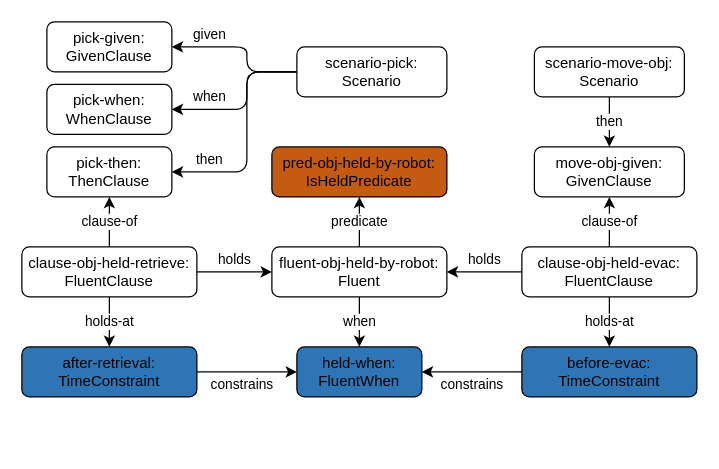
Earlier version of the draw.io diagram page "clause-2-scenario" (1 of 3) of bdd-example-avl.drawio (minhnh/drawio-diagrams). Source tidied: cells renumbered, new cells numbered last; positions are measured from the earlier drawing's top-left corner, leaving out a move shared by most shapes. Both pictures are drawn from the tidied source at 125%, with x=0, y=0 at pixel (21, 21).
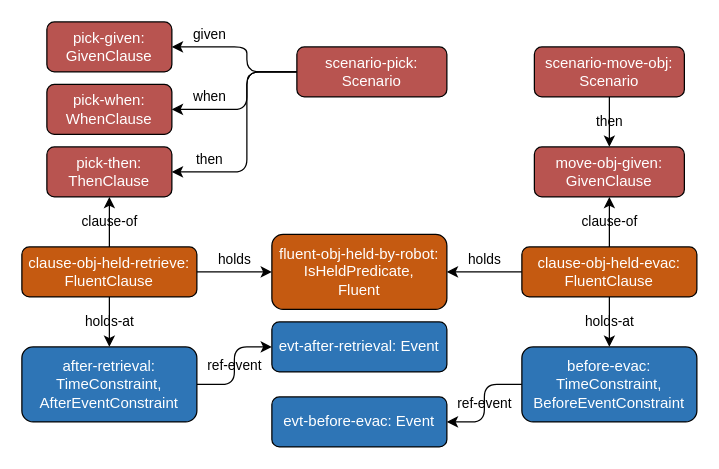
Above is the later version.

Diff of the diagram source:
```diff
@@
-    <mxCell id="2" value="predicate" style="edgeStyle=orthogonalEdgeStyle;shape=connector;rounded=1;jettySize=auto;html=1;labelBackgroundColor=default;strokeColor=default;align=center;verticalAlign=middle;fontFamily=Helvetica;fontSize=11;fontColor=default;endArrow=classic;" parent="1" edge="1" source="4" target="5">
-      <mxGeometry relative="1" as="geometry" />
-    </mxCell>
-    <mxCell id="3" value="when" style="edgeStyle=orthogonalEdgeStyle;shape=connector;rounded=1;jettySize=auto;html=1;labelBackgroundColor=default;strokeColor=default;align=center;verticalAlign=middle;fontFamily=Helvetica;fontSize=11;fontColor=default;endArrow=classic;" parent="1" edge="1" source="4" target="6">
-      <mxGeometry relative="1" as="geometry" />
-    </mxCell>
-    <mxCell id="4" value="fluent-obj-held-by-robot:&lt;br&gt;Fluent" style="rounded=1;whiteSpace=wrap;html=1;" parent="1" vertex="1">
-      <mxGeometry x="200" y="180" width="140" height="40" as="geometry" />
-    </mxCell>
-    <mxCell id="5" value="pred-obj-held-by-robot: IsHeldPredicate" style="rounded=1;whiteSpace=wrap;html=1;fillColor=#C55A11;fontColor=default;" parent="1" vertex="1">
-      <mxGeometry x="200" y="100" width="140" height="40" as="geometry" />
+    <mxCell id="5" value="fluent-obj-held-by-robot: IsHeldPredicate,&lt;br&gt;Fluent" style="rounded=1;whiteSpace=wrap;html=1;fillColor=#C55A11;fontColor=#FFFFFF;labelBackgroundColor=none;" parent="1" vertex="1">
+      <mxGeometry x="200" y="170" width="140" height="60" as="geometry" />
     </mxCell>
-    <mxCell id="6" value="held-when: FluentWhen" style="rounded=1;whiteSpace=wrap;html=1;fillColor=#2E75B6;fontColor=default;" parent="1" vertex="1">
-      <mxGeometry x="220" y="260" width="100" height="40" as="geometry" />
-    </mxCell>
-    <mxCell id="7" value="holds" style="edgeStyle=orthogonalEdgeStyle;shape=connector;rounded=1;jettySize=auto;html=1;labelBackgroundColor=default;strokeColor=default;align=center;verticalAlign=middle;fontFamily=Helvetica;fontSize=11;fontColor=default;endArrow=classic;" parent="1" edge="1" source="10" target="4">
+    <mxCell id="7" value="holds" style="edgeStyle=orthogonalEdgeStyle;shape=connector;rounded=1;jettySize=auto;html=1;labelBackgroundColor=none;strokeColor=default;align=center;verticalAlign=middle;fontFamily=Helvetica;fontSize=11;fontColor=default;endArrow=classic;" parent="1" edge="1" source="10" target="5">
       <mxGeometry y="10" relative="1" as="geometry" />
     </mxCell>
-    <mxCell id="8" value="holds-at" style="edgeStyle=orthogonalEdgeStyle;shape=connector;rounded=1;jettySize=auto;html=1;labelBackgroundColor=default;strokeColor=default;align=center;verticalAlign=middle;fontFamily=Helvetica;fontSize=11;fontColor=default;endArrow=classic;" parent="1" edge="1" source="10" target="12">
+    <mxCell id="8" value="holds-at" style="edgeStyle=orthogonalEdgeStyle;shape=connector;rounded=1;jettySize=auto;html=1;labelBackgroundColor=none;strokeColor=default;align=center;verticalAlign=middle;fontFamily=Helvetica;fontSize=11;fontColor=default;endArrow=classic;" parent="1" edge="1" source="10" target="12">
       <mxGeometry relative="1" as="geometry" />
     </mxCell>
-    <mxCell id="9" value="clause-of" style="edgeStyle=orthogonalEdgeStyle;shape=connector;rounded=1;jettySize=auto;html=1;labelBackgroundColor=default;strokeColor=default;align=center;verticalAlign=middle;fontFamily=Helvetica;fontSize=11;fontColor=default;endArrow=classic;" parent="1" edge="1" source="10" target="16">
+    <mxCell id="9" value="clause-of" style="edgeStyle=orthogonalEdgeStyle;shape=connector;rounded=1;jettySize=auto;html=1;labelBackgroundColor=none;strokeColor=default;align=center;verticalAlign=middle;fontFamily=Helvetica;fontSize=11;fontColor=default;endArrow=classic;" parent="1" edge="1" source="10" target="16">
       <mxGeometry relative="1" as="geometry" />
     </mxCell>
-    <mxCell id="10" value="clause-obj-held-retrieve: FluentClause" style="rounded=1;whiteSpace=wrap;html=1;" parent="1" vertex="1">
+    <mxCell id="10" value="clause-obj-held-retrieve: FluentClause" style="rounded=1;whiteSpace=wrap;html=1;labelBackgroundColor=none;fillColor=#C55A11;fontColor=#FFFFFF;" parent="1" vertex="1">
       <mxGeometry y="180" width="140" height="40" as="geometry" />
     </mxCell>
-    <mxCell id="11" value="constrains" style="edgeStyle=orthogonalEdgeStyle;shape=connector;rounded=1;jettySize=auto;html=1;labelBackgroundColor=default;strokeColor=default;align=center;verticalAlign=middle;fontFamily=Helvetica;fontSize=11;fontColor=default;endArrow=classic;" parent="1" edge="1" source="12" target="6">
-      <mxGeometry x="-0.11" y="-10" relative="1" as="geometry" />
-    </mxCell>
+    <mxCell id="29" value="ref-event" style="edgeStyle=orthogonalEdgeStyle;shape=connector;rounded=1;jettySize=auto;html=1;strokeColor=default;align=center;verticalAlign=middle;fontFamily=Helvetica;fontSize=11;fontColor=default;labelBackgroundColor=none;endArrow=classic;" parent="1" edge="1" source="12" target="31">
+      <mxGeometry relative="1" as="geometry" />
+    </mxCell>
-    <mxCell id="12" value="after-retrieval: TimeConstraint" style="rounded=1;whiteSpace=wrap;html=1;fillColor=#2E75B6;fontColor=default;" parent="1" vertex="1">
-      <mxGeometry y="260" width="140" height="40" as="geometry" />
+    <mxCell id="12" value="after-retrieval: TimeConstraint, AfterEventConstraint" style="rounded=1;whiteSpace=wrap;html=1;fillColor=#2E75B6;fontColor=#FFFFFF;labelBackgroundColor=none;" parent="1" vertex="1">
+      <mxGeometry y="260" width="140" height="60" as="geometry" />
     </mxCell>
-    <mxCell id="13" value="then" style="edgeStyle=orthogonalEdgeStyle;shape=connector;rounded=1;jettySize=auto;html=1;labelBackgroundColor=default;strokeColor=default;align=center;verticalAlign=middle;fontFamily=Helvetica;fontSize=11;fontColor=default;endArrow=classic;" parent="1" edge="1" source="15" target="16">
+    <mxCell id="13" value="then" style="edgeStyle=orthogonalEdgeStyle;shape=connector;rounded=1;jettySize=auto;html=1;labelBackgroundColor=none;strokeColor=default;align=center;verticalAlign=middle;fontFamily=Helvetica;fontSize=11;fontColor=default;endArrow=classic;" parent="1" edge="1" source="15" target="16">
       <mxGeometry x="0.67" y="-10" relative="1" as="geometry">
         <Array as="points">
           <mxPoint x="180" y="40" />
           <mxPoint x="180" y="120" />
         </Array>
       </mxGeometry>
     </mxCell>
-    <mxCell id="14" value="when" style="edgeStyle=orthogonalEdgeStyle;shape=connector;rounded=1;jettySize=auto;html=1;labelBackgroundColor=default;strokeColor=default;align=center;verticalAlign=middle;fontFamily=Helvetica;fontSize=11;fontColor=default;endArrow=classic;" parent="1" edge="1" source="15" target="26">
+    <mxCell id="14" value="when" style="edgeStyle=orthogonalEdgeStyle;shape=connector;rounded=1;jettySize=auto;html=1;labelBackgroundColor=none;strokeColor=default;align=center;verticalAlign=middle;fontFamily=Helvetica;fontSize=11;fontColor=default;endArrow=classic;" parent="1" edge="1" source="15" target="26">
       <mxGeometry x="0.54" y="-10" relative="1" as="geometry">
         <Array as="points">
           <mxPoint x="180" y="40" />
           <mxPoint x="180" y="70" />
         </Array>
       </mxGeometry>
     </mxCell>
-    <mxCell id="15" value="scenario-pick: Scenario" style="rounded=1;whiteSpace=wrap;html=1;" parent="1" vertex="1">
+    <mxCell id="15" value="scenario-pick: Scenario" style="rounded=1;whiteSpace=wrap;html=1;labelBackgroundColor=none;fillColor=#B85450;fontColor=#FFFFFF;" parent="1" vertex="1">
       <mxGeometry x="220" y="20" width="120" height="40" as="geometry" />
     </mxCell>
-    <mxCell id="16" value="pick-then: ThenClause" style="rounded=1;whiteSpace=wrap;html=1;" parent="1" vertex="1">
+    <mxCell id="16" value="pick-then: ThenClause" style="rounded=1;whiteSpace=wrap;html=1;labelBackgroundColor=none;fillColor=#B85450;fontColor=#FFFFFF;" parent="1" vertex="1">
       <mxGeometry x="20" y="100" width="100" height="40" as="geometry" />
     </mxCell>
-    <mxCell id="17" value="holds" style="edgeStyle=orthogonalEdgeStyle;shape=connector;rounded=1;jettySize=auto;html=1;labelBackgroundColor=default;strokeColor=default;align=center;verticalAlign=middle;fontFamily=Helvetica;fontSize=11;fontColor=default;endArrow=classic;" parent="1" edge="1" source="18" target="4">
+    <mxCell id="17" value="holds" style="edgeStyle=orthogonalEdgeStyle;shape=connector;rounded=1;jettySize=auto;html=1;labelBackgroundColor=none;strokeColor=default;align=center;verticalAlign=middle;fontFamily=Helvetica;fontSize=11;fontColor=default;endArrow=classic;" parent="1" edge="1" source="18" target="5">
       <mxGeometry y="-10" relative="1" as="geometry" />
     </mxCell>
-    <mxCell id="18" value="clause-obj-held-evac: FluentClause" style="rounded=1;whiteSpace=wrap;html=1;" parent="1" vertex="1">
+    <mxCell id="18" value="clause-obj-held-evac: FluentClause" style="rounded=1;whiteSpace=wrap;html=1;labelBackgroundColor=none;fillColor=#C55A11;fontColor=#FFFFFF;" parent="1" vertex="1">
       <mxGeometry x="400" y="180" width="140" height="40" as="geometry" />
     </mxCell>
-    <mxCell id="19" value="constrains" style="edgeStyle=orthogonalEdgeStyle;shape=connector;rounded=1;jettySize=auto;html=1;labelBackgroundColor=default;strokeColor=default;align=center;verticalAlign=middle;fontFamily=Helvetica;fontSize=11;fontColor=default;endArrow=classic;" parent="1" edge="1" source="20" target="6">
-      <mxGeometry y="10" relative="1" as="geometry" />
-    </mxCell>
+    <mxCell id="30" value="ref-event" style="edgeStyle=orthogonalEdgeStyle;shape=connector;rounded=1;jettySize=auto;html=1;strokeColor=default;align=center;verticalAlign=middle;fontFamily=Helvetica;fontSize=11;fontColor=default;labelBackgroundColor=none;endArrow=classic;" parent="1" edge="1" source="20" target="32">
+      <mxGeometry relative="1" as="geometry" />
+    </mxCell>
-    <mxCell id="20" value="before-evac: TimeConstraint" style="rounded=1;whiteSpace=wrap;html=1;fillColor=#2E75B6;fontColor=default;" parent="1" vertex="1">
-      <mxGeometry x="400" y="260" width="140" height="40" as="geometry" />
+    <mxCell id="20" value="before-evac: TimeConstraint, BeforeEventConstraint" style="rounded=1;whiteSpace=wrap;html=1;fillColor=#2E75B6;fontColor=#FFFFFF;labelBackgroundColor=none;" parent="1" vertex="1">
+      <mxGeometry x="400" y="260" width="140" height="60" as="geometry" />
     </mxCell>
-    <mxCell id="21" value="holds-at" style="edgeStyle=orthogonalEdgeStyle;shape=connector;rounded=1;jettySize=auto;html=1;labelBackgroundColor=default;strokeColor=default;align=center;verticalAlign=middle;fontFamily=Helvetica;fontSize=11;fontColor=default;endArrow=classic;" parent="1" edge="1" source="18" target="20">
+    <mxCell id="21" value="holds-at" style="edgeStyle=orthogonalEdgeStyle;shape=connector;rounded=1;jettySize=auto;html=1;labelBackgroundColor=none;strokeColor=default;align=center;verticalAlign=middle;fontFamily=Helvetica;fontSize=11;fontColor=default;endArrow=classic;" parent="1" edge="1" source="18" target="20">
       <mxGeometry relative="1" as="geometry" />
     </mxCell>
-    <mxCell id="22" value="then" style="edgeStyle=orthogonalEdgeStyle;shape=connector;rounded=1;jettySize=auto;html=1;labelBackgroundColor=default;strokeColor=default;align=center;verticalAlign=middle;fontFamily=Helvetica;fontSize=11;fontColor=default;endArrow=classic;" parent="1" edge="1" source="23" target="24">
+    <mxCell id="22" value="then" style="edgeStyle=orthogonalEdgeStyle;shape=connector;rounded=1;jettySize=auto;html=1;labelBackgroundColor=none;strokeColor=default;align=center;verticalAlign=middle;fontFamily=Helvetica;fontSize=11;fontColor=default;endArrow=classic;" parent="1" edge="1" source="23" target="24">
       <mxGeometry relative="1" as="geometry" />
     </mxCell>
-    <mxCell id="23" value="scenario-move-obj: Scenario" style="rounded=1;whiteSpace=wrap;html=1;" parent="1" vertex="1">
+    <mxCell id="23" value="scenario-move-obj: Scenario" style="rounded=1;whiteSpace=wrap;html=1;labelBackgroundColor=none;fillColor=#B85450;fontColor=#FFFFFF;" parent="1" vertex="1">
       <mxGeometry x="410" y="20" width="120" height="40" as="geometry" />
     </mxCell>
-    <mxCell id="24" value="move-obj-given: GivenClause" style="rounded=1;whiteSpace=wrap;html=1;" parent="1" vertex="1">
+    <mxCell id="24" value="move-obj-given: GivenClause" style="rounded=1;whiteSpace=wrap;html=1;labelBackgroundColor=none;fillColor=#B85450;fontColor=#FFFFFF;" parent="1" vertex="1">
       <mxGeometry x="410" y="100" width="120" height="40" as="geometry" />
     </mxCell>
-    <mxCell id="25" value="pick-given: GivenClause" style="rounded=1;whiteSpace=wrap;html=1;" parent="1" vertex="1">
+    <mxCell id="25" value="pick-given: GivenClause" style="rounded=1;whiteSpace=wrap;html=1;labelBackgroundColor=none;fillColor=#B85450;fontColor=#FFFFFF;" parent="1" vertex="1">
       <mxGeometry x="20" width="100" height="40" as="geometry" />
     </mxCell>
-    <mxCell id="26" value="pick-when: WhenClause" style="rounded=1;whiteSpace=wrap;html=1;" parent="1" vertex="1">
+    <mxCell id="26" value="pick-when: WhenClause" style="rounded=1;whiteSpace=wrap;html=1;labelBackgroundColor=none;fillColor=#B85450;fontColor=#FFFFFF;" parent="1" vertex="1">
       <mxGeometry x="20" y="50" width="100" height="40" as="geometry" />
     </mxCell>
-    <mxCell id="27" value="clause-of" style="edgeStyle=orthogonalEdgeStyle;shape=connector;rounded=1;jettySize=auto;html=1;labelBackgroundColor=default;strokeColor=default;align=center;verticalAlign=middle;fontFamily=Helvetica;fontSize=11;fontColor=default;endArrow=classic;" parent="1" edge="1" source="18" target="24">
+    <mxCell id="27" value="clause-of" style="edgeStyle=orthogonalEdgeStyle;shape=connector;rounded=1;jettySize=auto;html=1;labelBackgroundColor=none;strokeColor=default;align=center;verticalAlign=middle;fontFamily=Helvetica;fontSize=11;fontColor=default;endArrow=classic;" parent="1" edge="1" source="18" target="24">
       <mxGeometry relative="1" as="geometry" />
     </mxCell>
-    <mxCell id="28" value="given" style="edgeStyle=orthogonalEdgeStyle;shape=connector;rounded=1;jettySize=auto;html=1;labelBackgroundColor=default;strokeColor=default;align=center;verticalAlign=middle;fontFamily=Helvetica;fontSize=11;fontColor=default;endArrow=classic;" parent="1" edge="1" source="15" target="25">
+    <mxCell id="28" value="given" style="edgeStyle=orthogonalEdgeStyle;shape=connector;rounded=1;jettySize=auto;html=1;labelBackgroundColor=none;strokeColor=default;align=center;verticalAlign=middle;fontFamily=Helvetica;fontSize=11;fontColor=default;endArrow=classic;" parent="1" edge="1" source="15" target="25">
       <mxGeometry x="0.5" y="-10" relative="1" as="geometry">
         <Array as="points">
           <mxPoint x="180" y="40" />
           <mxPoint x="180" y="20" />
         </Array>
       </mxGeometry>
     </mxCell>
+    <mxCell id="31" value="evt-after-retrieval: Event" style="rounded=1;whiteSpace=wrap;html=1;labelBackgroundColor=none;fillColor=#2E75B6;fontColor=#FFFFFF;" parent="1" vertex="1">
+      <mxGeometry x="200" y="240" width="140" height="40" as="geometry" />
+    </mxCell>
+    <mxCell id="32" value="evt-before-evac: Event" style="rounded=1;whiteSpace=wrap;html=1;labelBackgroundColor=none;fillColor=#2E75B6;fontColor=#FFFFFF;" parent="1" vertex="1">
+      <mxGeometry x="200" y="300" width="140" height="40" as="geometry" />
+    </mxCell>
```
